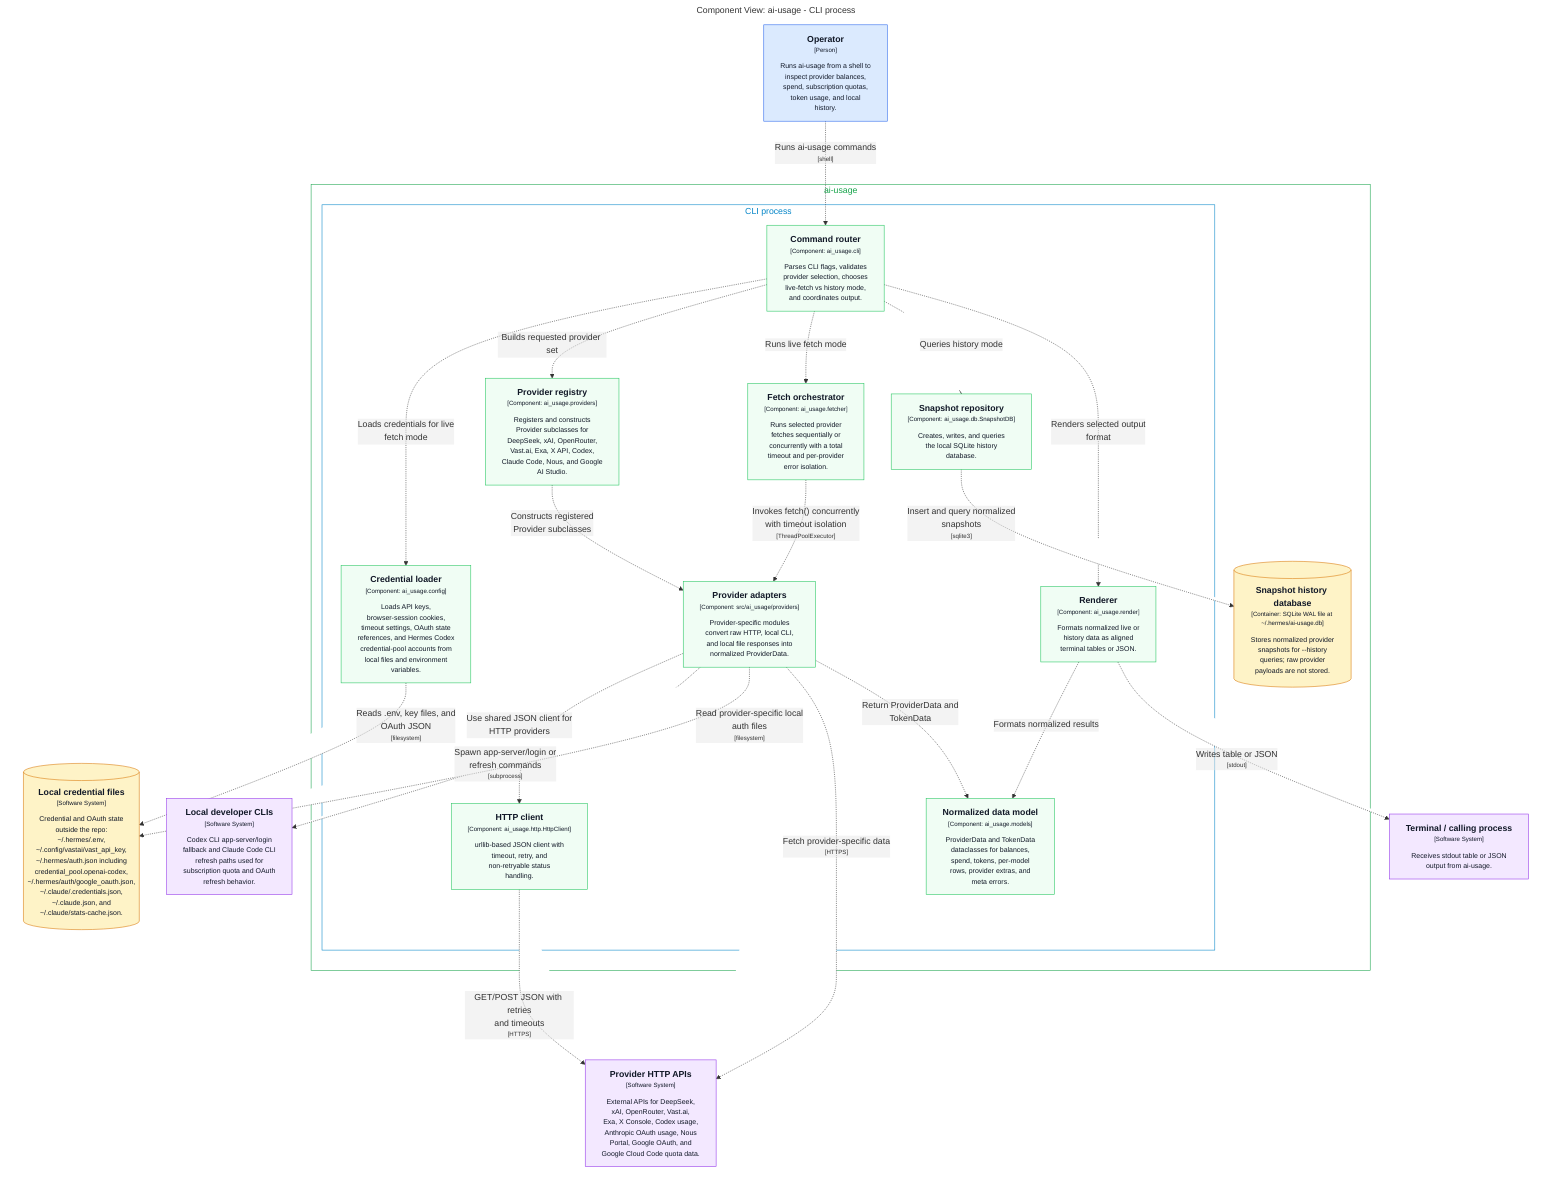
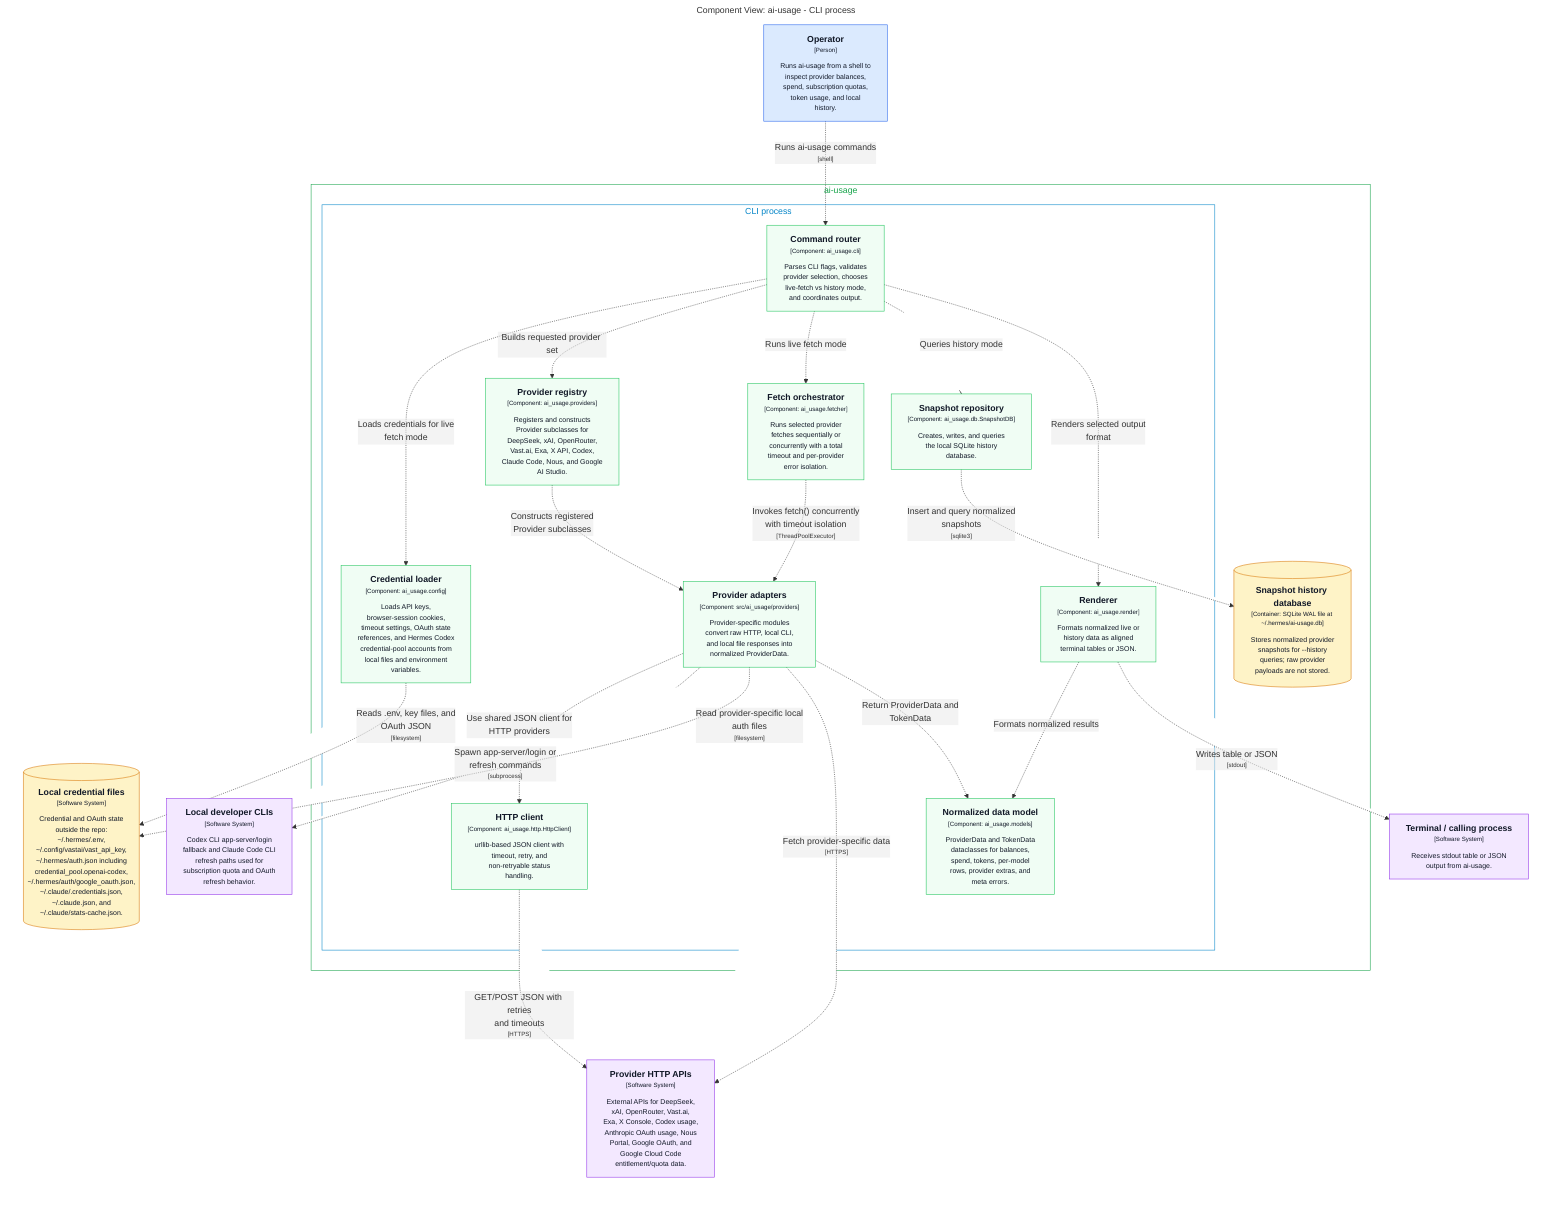
graph LR
  linkStyle default fill:#ffffff

  subgraph diagram ["Component View: ai-usage - CLI process"]
    style diagram fill:#ffffff,stroke:#ffffff

    1["<div style='font-weight: bold'>Operator</div><div style='font-size: 70%; margin-top: 0px'>[Person]</div><div style='font-size: 80%; margin-top:10px'>Runs ai-usage from a shell to<br />inspect provider balances,<br />spend, subscription quotas,<br />token usage, and local<br />history.</div>"]
    style 1 fill:#dbeafe,stroke:#2563eb,color:#111827

    14[("<div style='font-weight: bold'>Local credential files</div><div style='font-size: 70%; margin-top: 0px'>[Software System]</div><div style='font-size: 80%; margin-top:10px'>Credential and OAuth state<br />outside the repo:<br />~/.hermes/.env,<br />~/.config/vastai/vast_api_key,<br />~/.hermes/auth.json including<br />credential_pool.openai-codex,<br />~/.hermes/auth/google_oauth.json,<br />~/.claude/.credentials.json,<br />~/.claude.json, and<br />~/.claude/stats-cache.json.</div>")]
    style 14 fill:#fef3c7,stroke:#d97706,color:#111827
    15["<div style='font-weight: bold'>Local developer CLIs</div><div style='font-size: 70%; margin-top: 0px'>[Software System]</div><div style='font-size: 80%; margin-top:10px'>Codex CLI app-server/login<br />fallback and Claude Code CLI<br />refresh paths used for<br />subscription quota and OAuth<br />refresh behavior.</div>"]
    style 15 fill:#f3e8ff,stroke:#9333ea,color:#111827
-     16["<div style='font-weight: bold'>Provider HTTP APIs</div><div style='font-size: 70%; margin-top: 0px'>[Software System]</div><div style='font-size: 80%; margin-top:10px'>External APIs for DeepSeek,<br />xAI, OpenRouter, Vast.ai,<br />Exa, X Console, Codex usage,<br />Anthropic OAuth usage, Nous<br />Portal, Google OAuth, and<br />Google Cloud Code quota data.</div>"]
+     16["<div style='font-weight: bold'>Provider HTTP APIs</div><div style='font-size: 70%; margin-top: 0px'>[Software System]</div><div style='font-size: 80%; margin-top:10px'>External APIs for DeepSeek,<br />xAI, OpenRouter, Vast.ai,<br />Exa, X Console, Codex usage,<br />Anthropic OAuth usage, Nous<br />Portal, Google OAuth, and<br />Google Cloud Code<br />entitlement/quota data.</div>"]
    style 16 fill:#f3e8ff,stroke:#9333ea,color:#111827
    17["<div style='font-weight: bold'>Terminal / calling process</div><div style='font-size: 70%; margin-top: 0px'>[Software System]</div><div style='font-size: 80%; margin-top:10px'>Receives stdout table or JSON<br />output from ai-usage.</div>"]
    style 17 fill:#f3e8ff,stroke:#9333ea,color:#111827

    subgraph 2 ["ai-usage"]
      style 2 fill:#ffffff,stroke:#16a34a,color:#16a34a

      subgraph 3 ["CLI process"]
        style 3 fill:#ffffff,stroke:#0284c7,color:#0284c7

        10["<div style='font-weight: bold'>Normalized data model</div><div style='font-size: 70%; margin-top: 0px'>[Component: ai_usage.models]</div><div style='font-size: 80%; margin-top:10px'>ProviderData and TokenData<br />dataclasses for balances,<br />spend, tokens, per-model<br />rows, provider extras, and<br />meta errors.</div>"]
        style 10 fill:#f0fdf4,stroke:#22c55e,color:#111827
        11["<div style='font-weight: bold'>Snapshot repository</div><div style='font-size: 70%; margin-top: 0px'>[Component: ai_usage.db.SnapshotDB]</div><div style='font-size: 80%; margin-top:10px'>Creates, writes, and queries<br />the local SQLite history<br />database.</div>"]
        style 11 fill:#f0fdf4,stroke:#22c55e,color:#111827
        12["<div style='font-weight: bold'>Renderer</div><div style='font-size: 70%; margin-top: 0px'>[Component: ai_usage.render]</div><div style='font-size: 80%; margin-top:10px'>Formats normalized live or<br />history data as aligned<br />terminal tables or JSON.</div>"]
        style 12 fill:#f0fdf4,stroke:#22c55e,color:#111827
        4["<div style='font-weight: bold'>Command router</div><div style='font-size: 70%; margin-top: 0px'>[Component: ai_usage.cli]</div><div style='font-size: 80%; margin-top:10px'>Parses CLI flags, validates<br />provider selection, chooses<br />live-fetch vs history mode,<br />and coordinates output.</div>"]
        style 4 fill:#f0fdf4,stroke:#22c55e,color:#111827
        5["<div style='font-weight: bold'>Credential loader</div><div style='font-size: 70%; margin-top: 0px'>[Component: ai_usage.config]</div><div style='font-size: 80%; margin-top:10px'>Loads API keys,<br />browser-session cookies,<br />timeout settings, OAuth state<br />references, and Hermes Codex<br />credential-pool accounts from<br />local files and environment<br />variables.</div>"]
        style 5 fill:#f0fdf4,stroke:#22c55e,color:#111827
        6["<div style='font-weight: bold'>Provider registry</div><div style='font-size: 70%; margin-top: 0px'>[Component: ai_usage.providers]</div><div style='font-size: 80%; margin-top:10px'>Registers and constructs<br />Provider subclasses for<br />DeepSeek, xAI, OpenRouter,<br />Vast.ai, Exa, X API, Codex,<br />Claude Code, Nous, and Google<br />AI Studio.</div>"]
        style 6 fill:#f0fdf4,stroke:#22c55e,color:#111827
        7["<div style='font-weight: bold'>Fetch orchestrator</div><div style='font-size: 70%; margin-top: 0px'>[Component: ai_usage.fetcher]</div><div style='font-size: 80%; margin-top:10px'>Runs selected provider<br />fetches sequentially or<br />concurrently with a total<br />timeout and per-provider<br />error isolation.</div>"]
        style 7 fill:#f0fdf4,stroke:#22c55e,color:#111827
        8["<div style='font-weight: bold'>Provider adapters</div><div style='font-size: 70%; margin-top: 0px'>[Component: src/ai_usage/providers]</div><div style='font-size: 80%; margin-top:10px'>Provider-specific modules<br />convert raw HTTP, local CLI,<br />and local file responses into<br />normalized ProviderData.</div>"]
        style 8 fill:#f0fdf4,stroke:#22c55e,color:#111827
        9["<div style='font-weight: bold'>HTTP client</div><div style='font-size: 70%; margin-top: 0px'>[Component: ai_usage.http.HttpClient]</div><div style='font-size: 80%; margin-top:10px'>urllib-based JSON client with<br />timeout, retry, and<br />non-retryable status<br />handling.</div>"]
        style 9 fill:#f0fdf4,stroke:#22c55e,color:#111827
      end

      13[("<div style='font-weight: bold'>Snapshot history database</div><div style='font-size: 70%; margin-top: 0px'>[Container: SQLite WAL file at ~/.hermes/ai-usage.db]</div><div style='font-size: 80%; margin-top:10px'>Stores normalized provider<br />snapshots for --history<br />queries; raw provider<br />payloads are not stored.</div>")]
      style 13 fill:#fef3c7,stroke:#d97706,color:#111827
    end

    1-. "<div>Runs ai-usage commands</div><div style='font-size: 70%'>[shell]</div>" .->4
    4-. "<div>Loads credentials for live<br />fetch mode</div><div style='font-size: 70%'></div>" .->5
    4-. "<div>Builds requested provider set</div><div style='font-size: 70%'></div>" .->6
    4-. "<div>Runs live fetch mode</div><div style='font-size: 70%'></div>" .->7
    4-. "<div>Queries history mode</div><div style='font-size: 70%'></div>" .->11
    4-. "<div>Renders selected output<br />format</div><div style='font-size: 70%'></div>" .->12
    5-. "<div>Reads .env, key files, and<br />OAuth JSON</div><div style='font-size: 70%'>[filesystem]</div>" .->14
    6-. "<div>Constructs registered<br />Provider subclasses</div><div style='font-size: 70%'></div>" .->8
    7-. "<div>Invokes fetch() concurrently<br />with timeout isolation</div><div style='font-size: 70%'>[ThreadPoolExecutor]</div>" .->8
    8-. "<div>Use shared JSON client for<br />HTTP providers</div><div style='font-size: 70%'></div>" .->9
    8-. "<div>Spawn app-server/login or<br />refresh commands</div><div style='font-size: 70%'>[subprocess]</div>" .->15
    8-. "<div>Read provider-specific local<br />auth files</div><div style='font-size: 70%'>[filesystem]</div>" .->14
    8-. "<div>Fetch provider-specific data</div><div style='font-size: 70%'>[HTTPS]</div>" .->16
    8-. "<div>Return ProviderData and<br />TokenData</div><div style='font-size: 70%'></div>" .->10
    9-. "<div>GET/POST JSON with retries<br />and timeouts</div><div style='font-size: 70%'>[HTTPS]</div>" .->16
    11-. "<div>Insert and query normalized<br />snapshots</div><div style='font-size: 70%'>[sqlite3]</div>" .->13
    12-. "<div>Formats normalized results</div><div style='font-size: 70%'></div>" .->10
    12-. "<div>Writes table or JSON</div><div style='font-size: 70%'>[stdout]</div>" .->17

  end